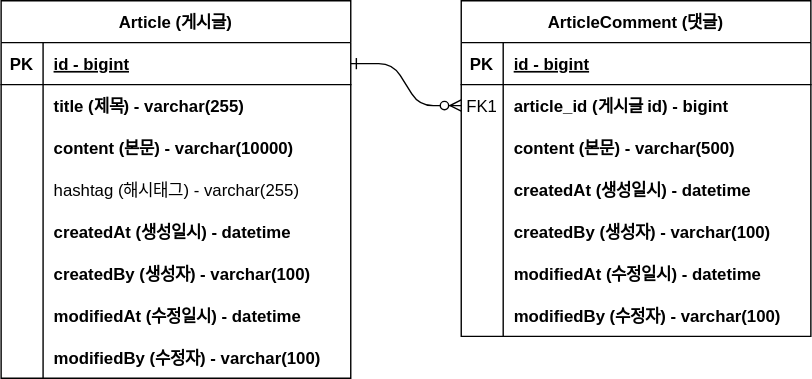
Earlier version of the draw.io export document/project-board-erd.svg (BacknPacker/fastcampus-project-board). Source tidied: cells renumbered, new cells last; positions are measured from the earlier drawing's top-left corner, leaving out a move shared by most shapes.
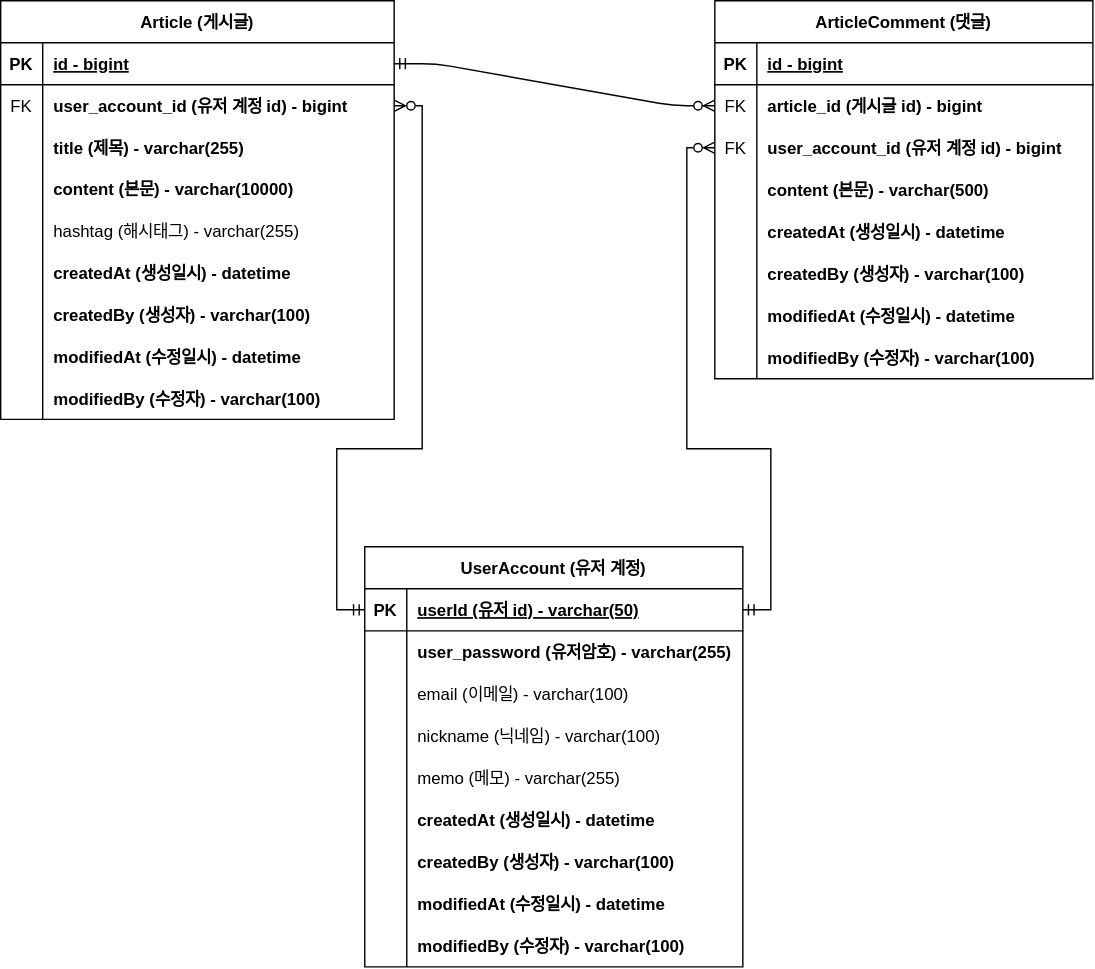
After the change.

Commit message:
:zap: update:  #20 - 회원 계정 도메인 구현 및 erd 반영

The edit, as a diff of the source:
```diff
@@ -4,3 +4,3 @@
     <mxCell id="1" parent="0" />
-    <mxCell id="2" style="edgeStyle=entityRelationEdgeStyle;endArrow=ERzeroToMany;startArrow=ERone;endFill=1;startFill=0;" parent="1" edge="1" source="26" target="7">
+    <mxCell id="2" style="edgeStyle=entityRelationEdgeStyle;endArrow=ERzeroToMany;startArrow=ERmandOne;endFill=1;startFill=0;" parent="1" edge="1" source="26" target="7">
       <mxGeometry relative="1" as="geometry" />
@@ -8,6 +8,6 @@
     <mxCell id="3" value="ArticleComment (댓글)" style="shape=table;startSize=30;rowLines=0;fontStyle=1;align=center;" parent="1" vertex="1">
-      <mxGeometry x="329" width="250" height="240" as="geometry" />
+      <mxGeometry x="429" y="-80" width="270" height="270" as="geometry" />
     </mxCell>
     <mxCell id="4" style="shape=partialRectangle;fillColor=none;top=0;left=0;right=0;bottom=1;" parent="3" vertex="1">
-      <mxGeometry y="30" width="250" height="30" as="geometry" />
+      <mxGeometry y="30" width="270" height="30" as="geometry" />
     </mxCell>
@@ -17,8 +17,8 @@
     <mxCell id="6" value="id - bigint" style="shape=partialRectangle;overflow=hidden;fillColor=none;top=0;left=0;bottom=0;right=0;align=left;spacingLeft=6;fontStyle=5;" parent="4" vertex="1">
-      <mxGeometry x="30" width="220" height="30" as="geometry" />
+      <mxGeometry x="30" width="240" height="30" as="geometry" />
     </mxCell>
     <mxCell id="7" style="shape=partialRectangle;fillColor=none;points=[[0,0.5],[1,0.5]];portConstraint=eastwest;top=0;left=0;right=0;bottom=0;" parent="3" vertex="1">
-      <mxGeometry y="60" width="250" height="30" as="geometry" />
+      <mxGeometry y="60" width="270" height="30" as="geometry" />
     </mxCell>
-    <mxCell id="8" value="FK1" style="shape=partialRectangle;overflow=hidden;fillColor=none;top=0;left=0;bottom=0;right=0;" parent="7" vertex="1">
+    <mxCell id="8" value="FK" style="shape=partialRectangle;overflow=hidden;fillColor=none;top=0;left=0;bottom=0;right=0;" parent="7" vertex="1">
       <mxGeometry width="30" height="30" as="geometry" />
@@ -26,6 +26,15 @@
     <mxCell id="9" value="article_id (게시글 id) - bigint" style="shape=partialRectangle;overflow=hidden;fillColor=none;top=0;left=0;bottom=0;right=0;align=left;spacingLeft=6;fontStyle=1;" parent="7" vertex="1">
-      <mxGeometry x="30" width="220" height="30" as="geometry" />
+      <mxGeometry x="30" width="240" height="30" as="geometry" />
     </mxCell>
+    <mxCell id="50" style="shape=partialRectangle;fillColor=none;points=[[0,0.5],[1,0.5]];portConstraint=eastwest;top=0;left=0;right=0;bottom=0;" parent="3" vertex="1">
+      <mxGeometry y="90" width="270" height="30" as="geometry" />
+    </mxCell>
+    <mxCell id="51" value="FK" style="shape=partialRectangle;overflow=hidden;fillColor=none;top=0;left=0;bottom=0;right=0;" parent="50" vertex="1">
+      <mxGeometry width="30" height="30" as="geometry" />
+    </mxCell>
+    <mxCell id="52" value="user_account_id (유저 계정 id) - bigint" style="shape=partialRectangle;overflow=hidden;fillColor=none;top=0;left=0;bottom=0;right=0;align=left;spacingLeft=6;fontStyle=1;" parent="50" vertex="1">
+      <mxGeometry x="30" width="240" height="30" as="geometry" />
+    </mxCell>
     <mxCell id="10" style="shape=partialRectangle;fillColor=none;top=0;left=0;right=0;bottom=0;" parent="3" vertex="1">
-      <mxGeometry y="90" width="250" height="30" as="geometry" />
+      <mxGeometry y="120" width="270" height="30" as="geometry" />
     </mxCell>
@@ -35,6 +44,6 @@
     <mxCell id="12" value="content (본문) - varchar(500)" style="shape=partialRectangle;overflow=hidden;fillColor=none;top=0;left=0;bottom=0;right=0;align=left;spacingLeft=6;fontStyle=1;" parent="10" vertex="1">
-      <mxGeometry x="30" width="220" height="30" as="geometry" />
+      <mxGeometry x="30" width="240" height="30" as="geometry" />
     </mxCell>
     <mxCell id="13" style="shape=partialRectangle;fillColor=none;top=0;left=0;right=0;bottom=0;" parent="3" vertex="1">
-      <mxGeometry y="120" width="250" height="30" as="geometry" />
+      <mxGeometry y="150" width="270" height="30" as="geometry" />
     </mxCell>
@@ -44,6 +53,6 @@
     <mxCell id="15" value="createdAt (생성일시) - datetime" style="shape=partialRectangle;overflow=hidden;fillColor=none;top=0;left=0;bottom=0;right=0;align=left;spacingLeft=6;fontStyle=1;" parent="13" vertex="1">
-      <mxGeometry x="30" width="220" height="30" as="geometry" />
+      <mxGeometry x="30" width="240" height="30" as="geometry" />
     </mxCell>
     <mxCell id="16" style="shape=partialRectangle;fillColor=none;top=0;left=0;right=0;bottom=0;" parent="3" vertex="1">
-      <mxGeometry y="150" width="250" height="30" as="geometry" />
+      <mxGeometry y="180" width="270" height="30" as="geometry" />
     </mxCell>
@@ -53,6 +62,6 @@
     <mxCell id="18" value="createdBy (생성자) - varchar(100)" style="shape=partialRectangle;overflow=hidden;fillColor=none;top=0;left=0;bottom=0;right=0;align=left;spacingLeft=6;fontStyle=1;" parent="16" vertex="1">
-      <mxGeometry x="30" width="220" height="30" as="geometry" />
+      <mxGeometry x="30" width="240" height="30" as="geometry" />
     </mxCell>
     <mxCell id="19" style="shape=partialRectangle;fillColor=none;top=0;left=0;right=0;bottom=0;" parent="3" vertex="1">
-      <mxGeometry y="180" width="250" height="30" as="geometry" />
+      <mxGeometry y="210" width="270" height="30" as="geometry" />
     </mxCell>
@@ -62,6 +71,6 @@
     <mxCell id="21" value="modifiedAt (수정일시) - datetime" style="shape=partialRectangle;overflow=hidden;fillColor=none;top=0;left=0;bottom=0;right=0;align=left;spacingLeft=6;fontStyle=1;" parent="19" vertex="1">
-      <mxGeometry x="30" width="220" height="30" as="geometry" />
+      <mxGeometry x="30" width="240" height="30" as="geometry" />
     </mxCell>
     <mxCell id="22" style="shape=partialRectangle;fillColor=none;top=0;left=0;right=0;bottom=0;" parent="3" vertex="1">
-      <mxGeometry y="210" width="250" height="30" as="geometry" />
+      <mxGeometry y="240" width="270" height="30" as="geometry" />
     </mxCell>
@@ -71,9 +80,9 @@
     <mxCell id="24" value="modifiedBy (수정자) - varchar(100)" style="shape=partialRectangle;overflow=hidden;fillColor=none;top=0;left=0;bottom=0;right=0;align=left;spacingLeft=6;fontStyle=1;" parent="22" vertex="1">
-      <mxGeometry x="30" width="220" height="30" as="geometry" />
+      <mxGeometry x="30" width="240" height="30" as="geometry" />
     </mxCell>
     <mxCell id="25" value="Article (게시글)" style="shape=table;startSize=30;rowLines=0;fontStyle=1;align=center;" parent="1" vertex="1">
-      <mxGeometry width="250" height="270" as="geometry" />
+      <mxGeometry x="-81" y="-80" width="281" height="299" as="geometry" />
     </mxCell>
     <mxCell id="26" style="shape=partialRectangle;fillColor=none;points=[[0,0.5],[1,0.5]];portConstraint=eastwest;top=0;left=0;right=0;bottom=1;" parent="25" vertex="1">
-      <mxGeometry y="30" width="250" height="30" as="geometry" />
+      <mxGeometry y="30" width="281" height="30" as="geometry" />
     </mxCell>
@@ -83,6 +92,15 @@
     <mxCell id="28" value="id - bigint" style="shape=partialRectangle;overflow=hidden;fillColor=none;top=0;left=0;bottom=0;right=0;align=left;spacingLeft=6;fontStyle=5;" parent="26" vertex="1">
-      <mxGeometry x="30" width="220" height="30" as="geometry" />
+      <mxGeometry x="30" width="251" height="30" as="geometry" />
     </mxCell>
+    <mxCell id="53" style="shape=partialRectangle;fillColor=none;points=[[0,0.5],[1,0.5]];portConstraint=eastwest;top=0;left=0;right=0;bottom=0;" parent="25" vertex="1">
+      <mxGeometry y="60" width="281" height="30" as="geometry" />
+    </mxCell>
+    <mxCell id="54" value="FK" style="shape=partialRectangle;overflow=hidden;fillColor=none;top=0;left=0;bottom=0;right=0;" parent="53" vertex="1">
+      <mxGeometry width="30" height="30" as="geometry" />
+    </mxCell>
+    <mxCell id="55" value="user_account_id (유저 계정 id) - bigint" style="shape=partialRectangle;overflow=hidden;fillColor=none;top=0;left=0;bottom=0;right=0;align=left;spacingLeft=6;fontStyle=1;" parent="53" vertex="1">
+      <mxGeometry x="30" width="251" height="30" as="geometry" />
+    </mxCell>
     <mxCell id="29" style="shape=partialRectangle;fillColor=none;top=0;left=0;right=0;bottom=0;" parent="25" vertex="1">
-      <mxGeometry y="60" width="250" height="30" as="geometry" />
+      <mxGeometry y="90" width="281" height="30" as="geometry" />
     </mxCell>
@@ -92,15 +110,15 @@
     <mxCell id="31" value="title (제목) - varchar(255)" style="shape=partialRectangle;overflow=hidden;fillColor=none;top=0;left=0;bottom=0;right=0;align=left;spacingLeft=6;fontStyle=1;" parent="29" vertex="1">
-      <mxGeometry x="30" width="220" height="30" as="geometry" />
+      <mxGeometry x="30" width="251" height="30" as="geometry" />
     </mxCell>
     <mxCell id="32" style="shape=partialRectangle;fillColor=none;top=0;left=0;right=0;bottom=0;" parent="25" vertex="1">
-      <mxGeometry y="90" width="250" height="30" as="geometry" />
+      <mxGeometry y="120" width="281" height="29" as="geometry" />
     </mxCell>
     <mxCell id="33" style="shape=partialRectangle;overflow=hidden;fillColor=none;top=0;left=0;bottom=0;right=0;" parent="32" vertex="1">
-      <mxGeometry width="30" height="30" as="geometry" />
+      <mxGeometry width="30" height="29" as="geometry" />
     </mxCell>
     <mxCell id="34" value="content (본문) - varchar(10000)" style="shape=partialRectangle;overflow=hidden;fillColor=none;top=0;left=0;bottom=0;right=0;align=left;spacingLeft=6;fontStyle=1;" parent="32" vertex="1">
-      <mxGeometry x="30" width="220" height="30" as="geometry" />
+      <mxGeometry x="30" width="251" height="29" as="geometry" />
     </mxCell>
     <mxCell id="35" style="shape=partialRectangle;fillColor=none;top=0;left=0;right=0;bottom=0;" parent="25" vertex="1">
-      <mxGeometry y="120" width="250" height="30" as="geometry" />
+      <mxGeometry y="149" width="281" height="30" as="geometry" />
     </mxCell>
@@ -110,6 +128,6 @@
     <mxCell id="37" value="hashtag (해시태그) - varchar(255)" style="shape=partialRectangle;overflow=hidden;fillColor=none;top=0;left=0;bottom=0;right=0;align=left;spacingLeft=6;" parent="35" vertex="1">
-      <mxGeometry x="30" width="220" height="30" as="geometry" />
+      <mxGeometry x="30" width="251" height="30" as="geometry" />
     </mxCell>
     <mxCell id="38" style="shape=partialRectangle;fillColor=none;top=0;left=0;right=0;bottom=0;" parent="25" vertex="1">
-      <mxGeometry y="150" width="250" height="30" as="geometry" />
+      <mxGeometry y="179" width="281" height="30" as="geometry" />
     </mxCell>
@@ -119,6 +137,6 @@
     <mxCell id="40" value="createdAt (생성일시) - datetime" style="shape=partialRectangle;overflow=hidden;fillColor=none;top=0;left=0;bottom=0;right=0;align=left;spacingLeft=6;fontStyle=1;" parent="38" vertex="1">
-      <mxGeometry x="30" width="220" height="30" as="geometry" />
+      <mxGeometry x="30" width="251" height="30" as="geometry" />
     </mxCell>
     <mxCell id="41" style="shape=partialRectangle;fillColor=none;top=0;left=0;right=0;bottom=0;" parent="25" vertex="1">
-      <mxGeometry y="180" width="250" height="30" as="geometry" />
+      <mxGeometry y="209" width="281" height="30" as="geometry" />
     </mxCell>
@@ -128,6 +146,6 @@
     <mxCell id="43" value="createdBy (생성자) - varchar(100)" style="shape=partialRectangle;overflow=hidden;fillColor=none;top=0;left=0;bottom=0;right=0;align=left;spacingLeft=6;fontStyle=1;" parent="41" vertex="1">
-      <mxGeometry x="30" width="220" height="30" as="geometry" />
+      <mxGeometry x="30" width="251" height="30" as="geometry" />
     </mxCell>
     <mxCell id="44" style="shape=partialRectangle;fillColor=none;top=0;left=0;right=0;bottom=0;" parent="25" vertex="1">
-      <mxGeometry y="210" width="250" height="30" as="geometry" />
+      <mxGeometry y="239" width="281" height="30" as="geometry" />
     </mxCell>
@@ -137,6 +155,6 @@
     <mxCell id="46" value="modifiedAt (수정일시) - datetime" style="shape=partialRectangle;overflow=hidden;fillColor=none;top=0;left=0;bottom=0;right=0;align=left;spacingLeft=6;fontStyle=1;" parent="44" vertex="1">
-      <mxGeometry x="30" width="220" height="30" as="geometry" />
+      <mxGeometry x="30" width="251" height="30" as="geometry" />
     </mxCell>
     <mxCell id="47" style="shape=partialRectangle;fillColor=none;top=0;left=0;right=0;bottom=0;" parent="25" vertex="1">
-      <mxGeometry y="240" width="250" height="30" as="geometry" />
+      <mxGeometry y="269" width="281" height="30" as="geometry" />
     </mxCell>
@@ -146,4 +164,108 @@
     <mxCell id="49" value="modifiedBy (수정자) - varchar(100)" style="shape=partialRectangle;overflow=hidden;fillColor=none;top=0;left=0;bottom=0;right=0;align=left;spacingLeft=6;fontStyle=1;" parent="47" vertex="1">
-      <mxGeometry x="30" width="220" height="30" as="geometry" />
+      <mxGeometry x="30" width="251" height="30" as="geometry" />
     </mxCell>
+    <mxCell id="56" value="UserAccount (유저 계정)" style="shape=table;startSize=30;rowLines=0;fontStyle=1;align=center;" parent="1" vertex="1">
+      <mxGeometry x="179" y="310" width="270" height="300" as="geometry" />
+    </mxCell>
+    <mxCell id="57" style="shape=partialRectangle;fillColor=none;points=[[0,0.5],[1,0.5]];portConstraint=eastwest;top=0;left=0;right=0;bottom=1;" parent="56" vertex="1">
+      <mxGeometry y="30" width="270" height="30" as="geometry" />
+    </mxCell>
+    <mxCell id="58" value="PK" style="shape=partialRectangle;overflow=hidden;fillColor=none;top=0;left=0;bottom=0;right=0;fontStyle=1;" parent="57" vertex="1">
+      <mxGeometry width="30" height="30" as="geometry" />
+    </mxCell>
+    <mxCell id="59" value="userId (유저 id) - varchar(50)" style="shape=partialRectangle;overflow=hidden;fillColor=none;top=0;left=0;bottom=0;right=0;align=left;spacingLeft=6;fontStyle=5;" parent="57" vertex="1">
+      <mxGeometry x="30" width="240" height="30" as="geometry" />
+    </mxCell>
+    <mxCell id="60" style="shape=partialRectangle;fillColor=none;top=0;left=0;right=0;bottom=0;" parent="56" vertex="1">
+      <mxGeometry y="60" width="270" height="30" as="geometry" />
+    </mxCell>
+    <mxCell id="61" style="shape=partialRectangle;overflow=hidden;fillColor=none;top=0;left=0;bottom=0;right=0;" parent="60" vertex="1">
+      <mxGeometry width="30" height="30" as="geometry" />
+    </mxCell>
+    <mxCell id="62" value="user_password (유저암호) - varchar(255)" style="shape=partialRectangle;overflow=hidden;fillColor=none;top=0;left=0;bottom=0;right=0;align=left;spacingLeft=6;fontStyle=1;" parent="60" vertex="1">
+      <mxGeometry x="30" width="240" height="30" as="geometry" />
+    </mxCell>
+    <mxCell id="63" style="shape=partialRectangle;fillColor=none;top=0;left=0;right=0;bottom=0;" parent="56" vertex="1">
+      <mxGeometry y="90" width="270" height="30" as="geometry" />
+    </mxCell>
+    <mxCell id="64" style="shape=partialRectangle;overflow=hidden;fillColor=none;top=0;left=0;bottom=0;right=0;" parent="63" vertex="1">
+      <mxGeometry width="30" height="30" as="geometry" />
+    </mxCell>
+    <mxCell id="65" value="email (이메일) - varchar(100)" style="shape=partialRectangle;overflow=hidden;fillColor=none;top=0;left=0;bottom=0;right=0;align=left;spacingLeft=6;fontStyle=0;" parent="63" vertex="1">
+      <mxGeometry x="30" width="240" height="30" as="geometry" />
+    </mxCell>
+    <mxCell id="66" style="shape=partialRectangle;fillColor=none;top=0;left=0;right=0;bottom=0;" parent="56" vertex="1">
+      <mxGeometry y="120" width="270" height="30" as="geometry" />
+    </mxCell>
+    <mxCell id="67" style="shape=partialRectangle;overflow=hidden;fillColor=none;top=0;left=0;bottom=0;right=0;" parent="66" vertex="1">
+      <mxGeometry width="30" height="30" as="geometry" />
+    </mxCell>
+    <mxCell id="68" value="nickname (닉네임) - varchar(100)" style="shape=partialRectangle;overflow=hidden;fillColor=none;top=0;left=0;bottom=0;right=0;align=left;spacingLeft=6;fontStyle=0;" parent="66" vertex="1">
+      <mxGeometry x="30" width="240" height="30" as="geometry" />
+    </mxCell>
+    <mxCell id="69" style="shape=partialRectangle;fillColor=none;top=0;left=0;right=0;bottom=0;" parent="56" vertex="1">
+      <mxGeometry y="150" width="270" height="30" as="geometry" />
+    </mxCell>
+    <mxCell id="70" style="shape=partialRectangle;overflow=hidden;fillColor=none;top=0;left=0;bottom=0;right=0;" parent="69" vertex="1">
+      <mxGeometry width="30" height="30" as="geometry" />
+    </mxCell>
+    <mxCell id="71" value="memo (메모) - varchar(255)" style="shape=partialRectangle;overflow=hidden;fillColor=none;top=0;left=0;bottom=0;right=0;align=left;spacingLeft=6;fontStyle=0;" parent="69" vertex="1">
+      <mxGeometry x="30" width="240" height="30" as="geometry" />
+    </mxCell>
+    <mxCell id="72" style="shape=partialRectangle;fillColor=none;top=0;left=0;right=0;bottom=0;" parent="56" vertex="1">
+      <mxGeometry y="180" width="270" height="30" as="geometry" />
+    </mxCell>
+    <mxCell id="73" style="shape=partialRectangle;overflow=hidden;fillColor=none;top=0;left=0;bottom=0;right=0;" parent="72" vertex="1">
+      <mxGeometry width="30" height="30" as="geometry" />
+    </mxCell>
+    <mxCell id="74" value="createdAt (생성일시) - datetime" style="shape=partialRectangle;overflow=hidden;fillColor=none;top=0;left=0;bottom=0;right=0;align=left;spacingLeft=6;fontStyle=1;" parent="72" vertex="1">
+      <mxGeometry x="30" width="240" height="30" as="geometry" />
+    </mxCell>
+    <mxCell id="75" style="shape=partialRectangle;fillColor=none;top=0;left=0;right=0;bottom=0;" parent="56" vertex="1">
+      <mxGeometry y="210" width="270" height="30" as="geometry" />
+    </mxCell>
+    <mxCell id="76" style="shape=partialRectangle;overflow=hidden;fillColor=none;top=0;left=0;bottom=0;right=0;" parent="75" vertex="1">
+      <mxGeometry width="30" height="30" as="geometry" />
+    </mxCell>
+    <mxCell id="77" value="createdBy (생성자) - varchar(100)" style="shape=partialRectangle;overflow=hidden;fillColor=none;top=0;left=0;bottom=0;right=0;align=left;spacingLeft=6;fontStyle=1;" parent="75" vertex="1">
+      <mxGeometry x="30" width="240" height="30" as="geometry" />
+    </mxCell>
+    <mxCell id="78" style="shape=partialRectangle;fillColor=none;top=0;left=0;right=0;bottom=0;" parent="56" vertex="1">
+      <mxGeometry y="240" width="270" height="30" as="geometry" />
+    </mxCell>
+    <mxCell id="79" style="shape=partialRectangle;overflow=hidden;fillColor=none;top=0;left=0;bottom=0;right=0;" parent="78" vertex="1">
+      <mxGeometry width="30" height="30" as="geometry" />
+    </mxCell>
+    <mxCell id="80" value="modifiedAt (수정일시) - datetime" style="shape=partialRectangle;overflow=hidden;fillColor=none;top=0;left=0;bottom=0;right=0;align=left;spacingLeft=6;fontStyle=1;" parent="78" vertex="1">
+      <mxGeometry x="30" width="240" height="30" as="geometry" />
+    </mxCell>
+    <mxCell id="81" style="shape=partialRectangle;fillColor=none;top=0;left=0;right=0;bottom=0;" parent="56" vertex="1">
+      <mxGeometry y="270" width="270" height="30" as="geometry" />
+    </mxCell>
+    <mxCell id="82" style="shape=partialRectangle;overflow=hidden;fillColor=none;top=0;left=0;bottom=0;right=0;" parent="81" vertex="1">
+      <mxGeometry width="30" height="30" as="geometry" />
+    </mxCell>
+    <mxCell id="83" value="modifiedBy (수정자) - varchar(100)" style="shape=partialRectangle;overflow=hidden;fillColor=none;top=0;left=0;bottom=0;right=0;align=left;spacingLeft=6;fontStyle=1;" parent="81" vertex="1">
+      <mxGeometry x="30" width="240" height="30" as="geometry" />
+    </mxCell>
+    <mxCell id="84" style="edgeStyle=orthogonalEdgeStyle;rounded=0;jettySize=auto;html=1;exitX=0;exitY=0.5;exitDx=0;exitDy=0;entryX=1;entryY=0.5;entryDx=0;entryDy=0;endArrow=ERzeroToMany;endFill=0;startArrow=ERmandOne;startFill=0;" parent="1" edge="1" source="57" target="53">
+      <mxGeometry relative="1" as="geometry">
+        <Array as="points">
+          <mxPoint x="159" y="355" />
+          <mxPoint x="159" y="240" />
+          <mxPoint x="220" y="240" />
+          <mxPoint x="220" y="-5" />
+        </Array>
+      </mxGeometry>
+    </mxCell>
+    <mxCell id="85" style="edgeStyle=orthogonalEdgeStyle;rounded=0;jettySize=auto;html=1;exitX=1;exitY=0.5;exitDx=0;exitDy=0;entryX=0;entryY=0.5;entryDx=0;entryDy=0;endArrow=ERzeroToMany;endFill=0;startArrow=ERmandOne;startFill=0;" parent="1" edge="1" source="57" target="50">
+      <mxGeometry relative="1" as="geometry">
+        <Array as="points">
+          <mxPoint x="469" y="355" />
+          <mxPoint x="469" y="240" />
+          <mxPoint x="409" y="240" />
+          <mxPoint x="409" y="25" />
+        </Array>
+      </mxGeometry>
+    </mxCell>
   </root>
```
